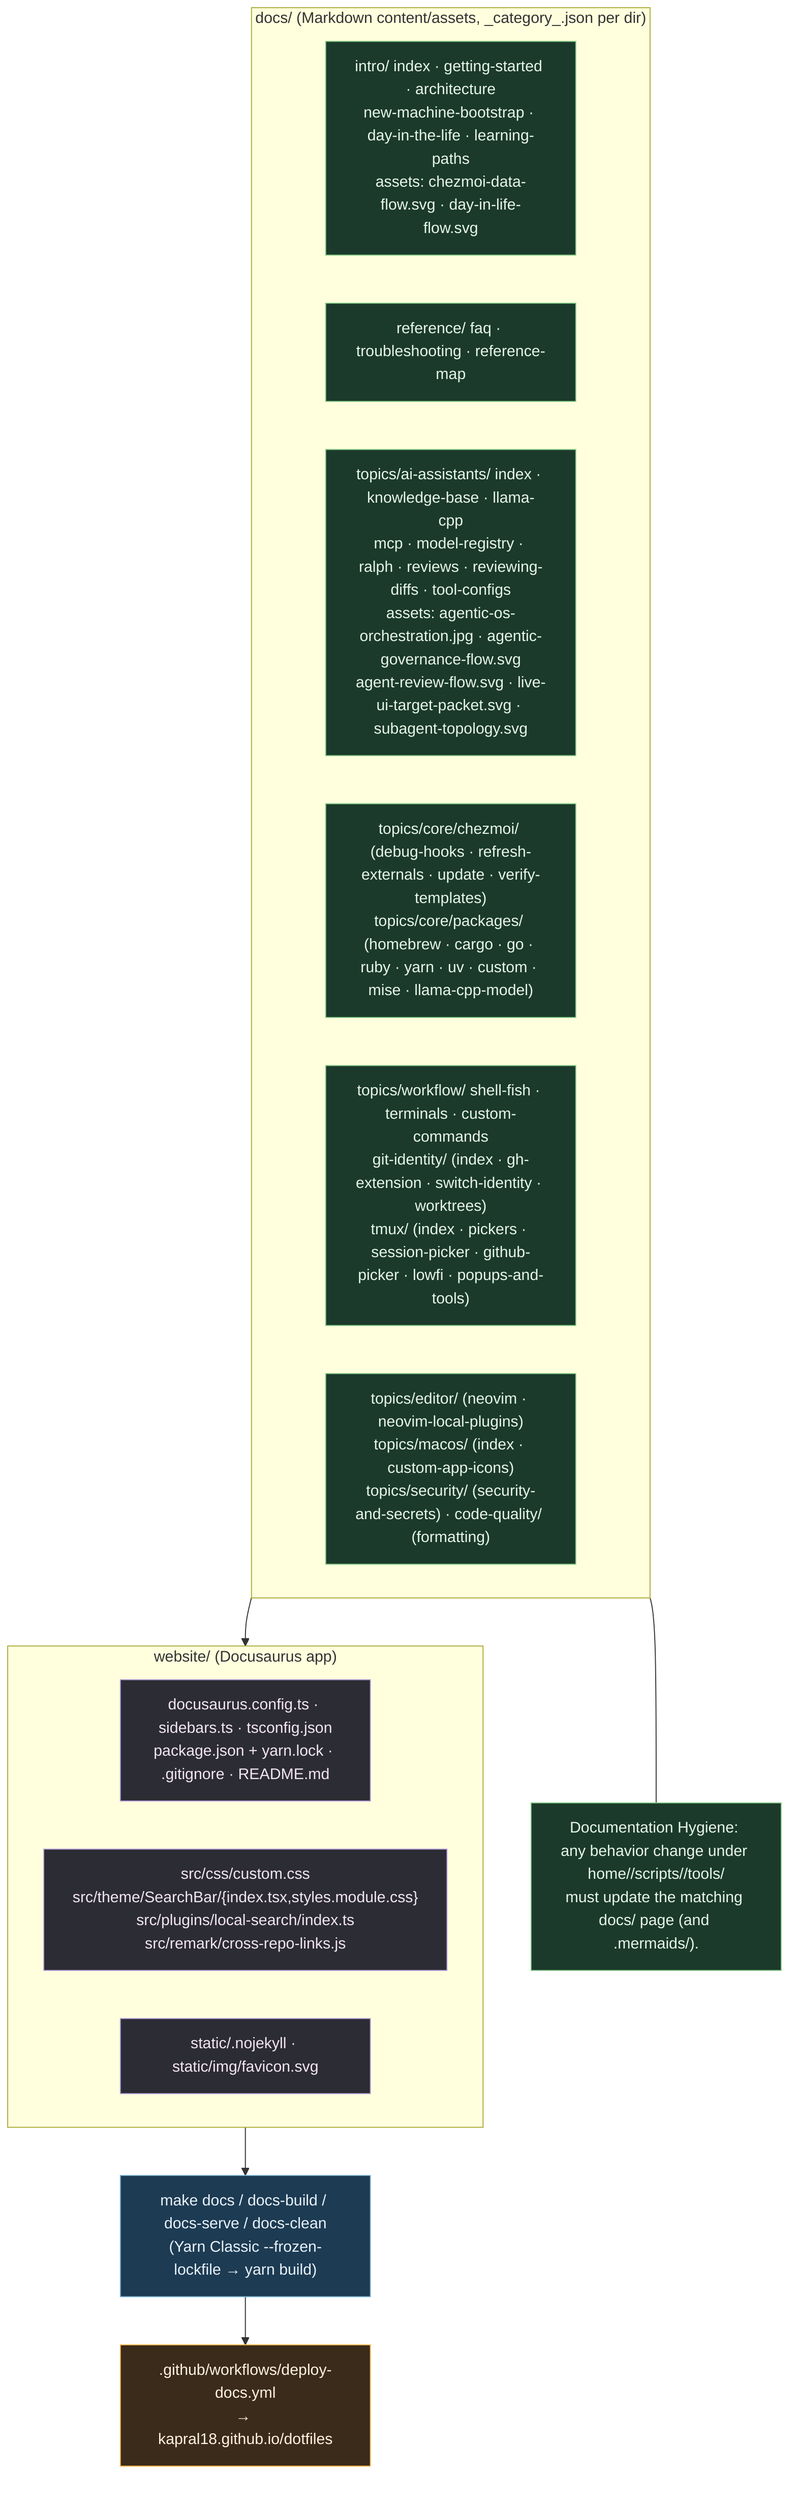
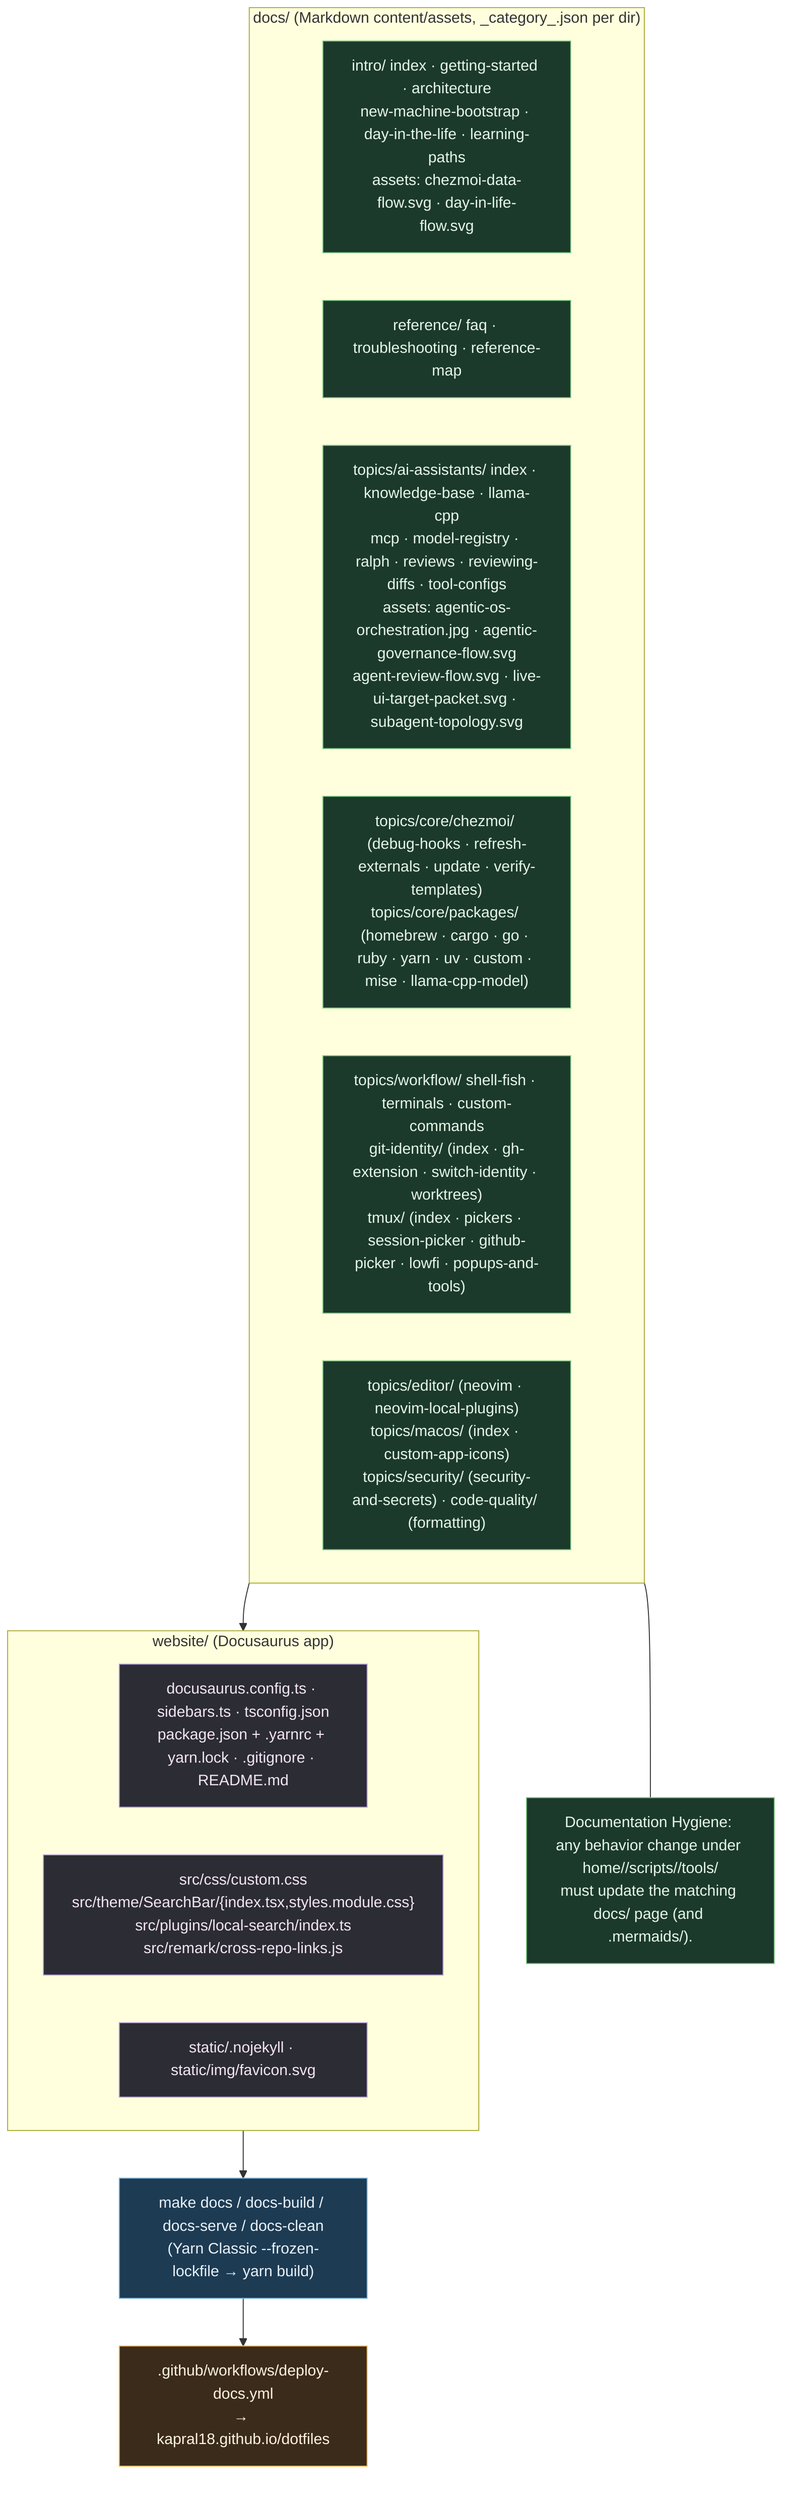
%% ============================================================================
%% 10-docs-and-repo-meta.mmd — Docusaurus site (website/ + docs/) and how it
%% ships. docs/ = Markdown content/assets; website/ = build/theme; deployed to GitHub Pages.
%% Every docs page + every website source file named.
%% ============================================================================
flowchart TB
    classDef site fill:#1d3b53,stroke:#7fb3d5,color:#eaf2f8;
    classDef content fill:#1b3a2b,stroke:#81c784,color:#e8f5e9;
    classDef build fill:#2c2c34,stroke:#b39ddb,color:#f3e5f5;
    classDef ci fill:#3a2b1b,stroke:#ffb74d,color:#fff3e0;

    subgraph WEBSITE["website/ (Docusaurus app)"]
-         CFG["docusaurus.config.ts · sidebars.ts · tsconfig.json<br/>package.json + yarn.lock · .gitignore · README.md"]:::build
+         CFG["docusaurus.config.ts · sidebars.ts · tsconfig.json<br/>package.json + .yarnrc + yarn.lock · .gitignore · README.md"]:::build
        SRC["src/css/custom.css<br/>src/theme/SearchBar/{index.tsx,styles.module.css}<br/>src/plugins/local-search/index.ts<br/>src/remark/cross-repo-links.js"]:::build
        STATIC["static/.nojekyll · static/img/favicon.svg"]:::build
    end

    subgraph DOCS["docs/ (Markdown content/assets, _category_.json per dir)"]
        INTRO["intro/ index · getting-started · architecture<br/>new-machine-bootstrap · day-in-the-life · learning-paths<br/>assets: chezmoi-data-flow.svg · day-in-life-flow.svg"]:::content
        REF["reference/ faq · troubleshooting · reference-map"]:::content
        TAI["topics/ai-assistants/ index · knowledge-base · llama-cpp<br/>mcp · model-registry · ralph · reviews · reviewing-diffs · tool-configs<br/>assets: agentic-os-orchestration.jpg · agentic-governance-flow.svg<br/>agent-review-flow.svg · live-ui-target-packet.svg · subagent-topology.svg"]:::content
        TCORE["topics/core/chezmoi/ (debug-hooks · refresh-externals · update · verify-templates)<br/>topics/core/packages/ (homebrew · cargo · go · ruby · yarn · uv · custom · mise · llama-cpp-model)"]:::content
        TWORK["topics/workflow/ shell-fish · terminals · custom-commands<br/>git-identity/ (index · gh-extension · switch-identity · worktrees)<br/>tmux/ (index · pickers · session-picker · github-picker · lowfi · popups-and-tools)"]:::content
        TMISC["topics/editor/ (neovim · neovim-local-plugins)<br/>topics/macos/ (index · custom-app-icons)<br/>topics/security/ (security-and-secrets) · code-quality/ (formatting)"]:::content
    end

    DOCS --> WEBSITE
    WEBSITE --> BUILD["make docs / docs-build / docs-serve / docs-clean<br/>(Yarn Classic --frozen-lockfile → yarn build)"]:::site
    BUILD --> CI[".github/workflows/deploy-docs.yml<br/>→ kapral18.github.io/dotfiles"]:::ci

    NOTE["Documentation Hygiene: any behavior change under home//scripts//tools/<br/>must update the matching docs/ page (and .mermaids/)."]:::content
    DOCS --- NOTE
